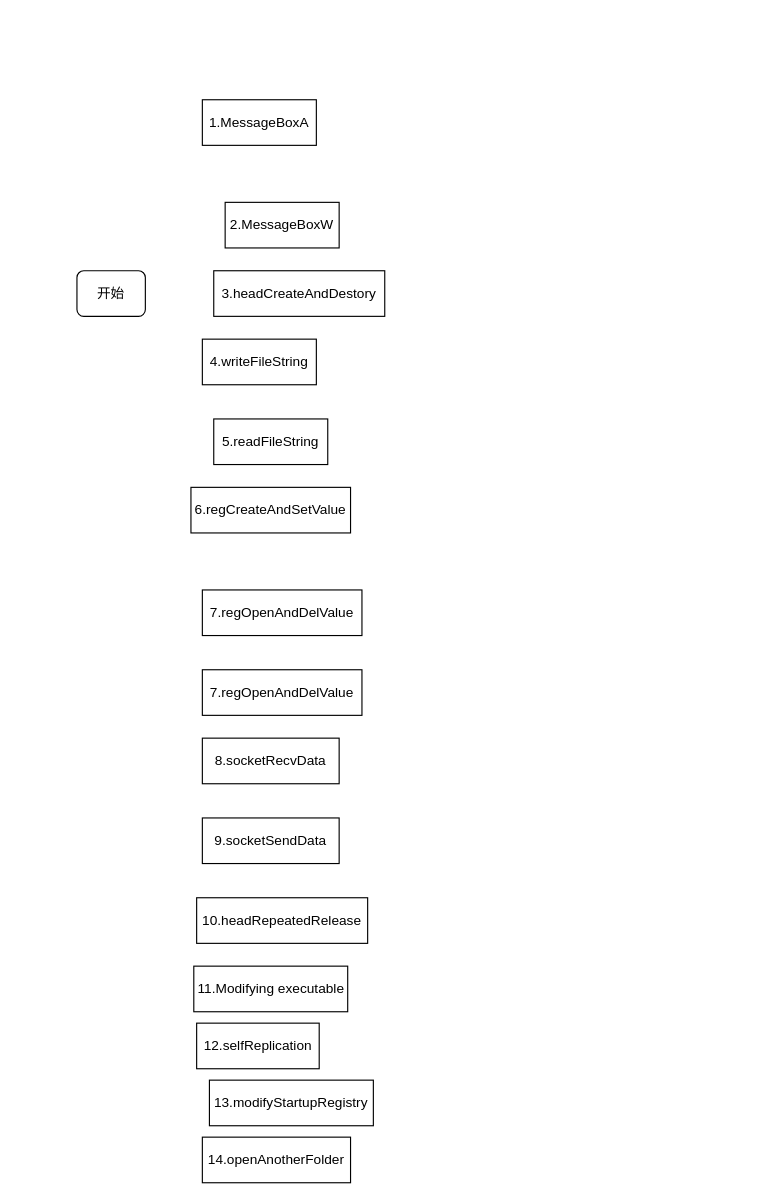
Earlier version of the draw.io diagram page "Page-6" (6 of 6) of 软件安全课设/软件安全课程设计.drawio (AgentGuo/flow_chart). Source tidied: cells renumbered, new cells numbered last; positions are measured from the earlier drawing's top-left corner, leaving out a move shared by most shapes. Both pictures are drawn from the tidied source at 114%, with x=0, y=0 at pixel (76, 99).
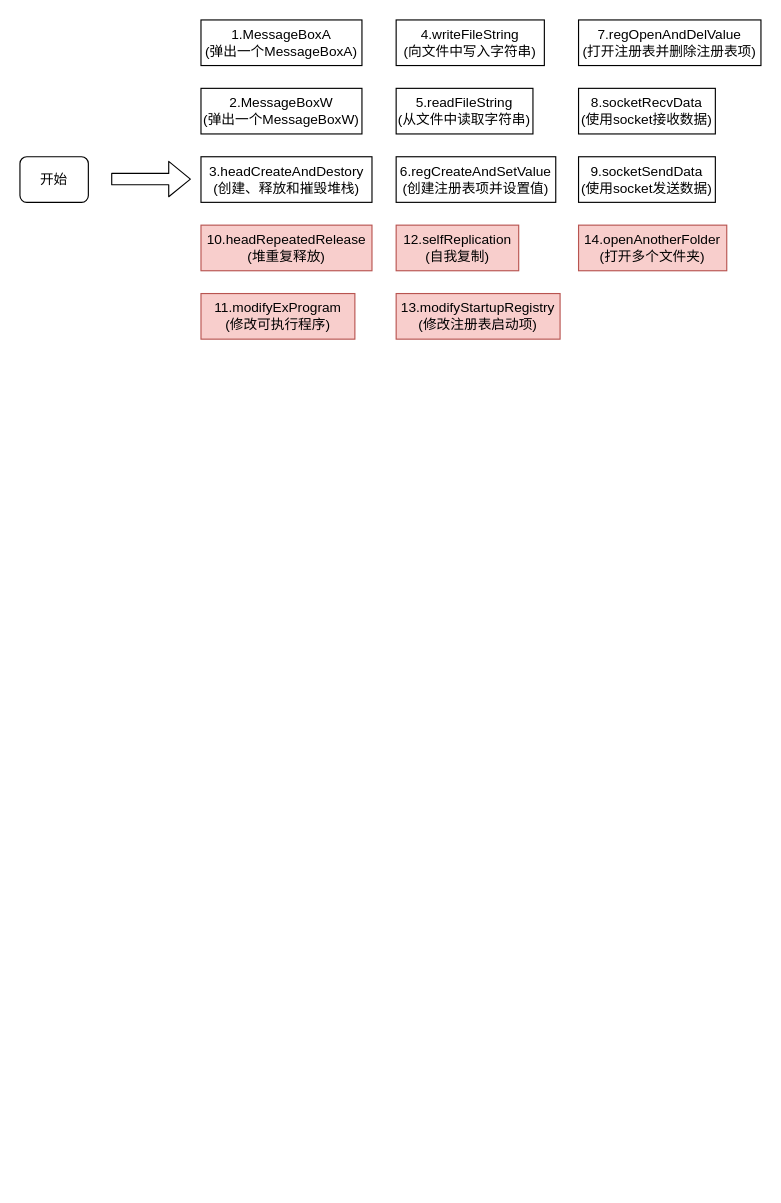
After the change.

Commit message:
Update 软件安全课程设计.drawio

What changed in the source:
```diff
@@
 <mxGraphModel>
   <root>
     <mxCell id="0" />
     <mxCell id="1" parent="0" />
     <mxCell id="2" value="开始" style="rounded=1;whiteSpace=wrap;html=1;" parent="1" vertex="1">
-      <mxGeometry y="150" width="60" height="40" as="geometry" />
+      <mxGeometry x="-50" y="50" width="60" height="40" as="geometry" />
     </mxCell>
-    <mxCell id="3" value="1.MessageBoxA" style="rounded=0;whiteSpace=wrap;html=1;" parent="1" vertex="1">
-      <mxGeometry x="110" width="100" height="40" as="geometry" />
+    <mxCell id="3" value="1.MessageBoxA&lt;br&gt;(弹出一个MessageBoxA)" style="rounded=0;whiteSpace=wrap;html=1;" parent="1" vertex="1">
+      <mxGeometry x="108.8" y="-70" width="141.2" height="40" as="geometry" />
     </mxCell>
-    <mxCell id="4" value="2.MessageBoxW" style="rounded=0;whiteSpace=wrap;html=1;" parent="1" vertex="1">
-      <mxGeometry x="130" y="90" width="100" height="40" as="geometry" />
+    <mxCell id="4" value="2.MessageBoxW&lt;br&gt;(弹出一个MessageBoxW)" style="rounded=0;whiteSpace=wrap;html=1;" parent="1" vertex="1">
+      <mxGeometry x="108.8" y="-10" width="141.2" height="40" as="geometry" />
     </mxCell>
-    <mxCell id="5" value="3.headCreateAndDestory" style="rounded=0;whiteSpace=wrap;html=1;" parent="1" vertex="1">
-      <mxGeometry x="120" y="150" width="150" height="40" as="geometry" />
+    <mxCell id="5" value="3.headCreateAndDestory&lt;br&gt;(创建、释放和摧毁堆栈)" style="rounded=0;whiteSpace=wrap;html=1;" parent="1" vertex="1">
+      <mxGeometry x="108.8" y="50" width="150" height="40" as="geometry" />
     </mxCell>
-    <mxCell id="6" value="4.writeFileString" style="rounded=0;whiteSpace=wrap;html=1;" parent="1" vertex="1">
-      <mxGeometry x="110" y="210" width="100" height="40" as="geometry" />
+    <mxCell id="6" value="4.writeFileString&lt;br&gt;(向文件中写入字符串)" style="rounded=0;whiteSpace=wrap;html=1;" parent="1" vertex="1">
+      <mxGeometry x="280" y="-70" width="130" height="40" as="geometry" />
     </mxCell>
-    <mxCell id="7" value="5.readFileString" style="rounded=0;whiteSpace=wrap;html=1;" parent="1" vertex="1">
-      <mxGeometry x="120" y="280" width="100" height="40" as="geometry" />
+    <mxCell id="7" value="5.readFileString&lt;br&gt;(从文件中读取字符串)" style="rounded=0;whiteSpace=wrap;html=1;" parent="1" vertex="1">
+      <mxGeometry x="280" y="-10" width="120" height="40" as="geometry" />
     </mxCell>
-    <mxCell id="8" value="6.regCreateAndSetValue" style="rounded=0;whiteSpace=wrap;html=1;" parent="1" vertex="1">
-      <mxGeometry x="100" y="340" width="140" height="40" as="geometry" />
+    <mxCell id="8" value="6.regCreateAndSetValue&lt;br&gt;(创建注册表项并设置值)" style="rounded=0;whiteSpace=wrap;html=1;" parent="1" vertex="1">
+      <mxGeometry x="280" y="50" width="140" height="40" as="geometry" />
     </mxCell>
-    <mxCell id="9" value="7.regOpenAndDelValue" style="rounded=0;whiteSpace=wrap;html=1;" parent="1" vertex="1">
-      <mxGeometry x="110" y="430" width="140" height="40" as="geometry" />
+    <mxCell id="9" value="7.regOpenAndDelValue&lt;br&gt;(打开注册表并删除注册表项)" style="rounded=0;whiteSpace=wrap;html=1;" parent="1" vertex="1">
+      <mxGeometry x="440" y="-70" width="160" height="40" as="geometry" />
     </mxCell>
-    <mxCell id="10" value="7.regOpenAndDelValue" style="rounded=0;whiteSpace=wrap;html=1;" parent="1" vertex="1">
-      <mxGeometry x="110" y="500" width="140" height="40" as="geometry" />
-    </mxCell>
-    <mxCell id="11" value="8.socketRecvData" style="rounded=0;whiteSpace=wrap;html=1;" parent="1" vertex="1">
-      <mxGeometry x="110" y="560" width="120" height="40" as="geometry" />
+    <mxCell id="11" value="8.socketRecvData&lt;br&gt;(使用socket接收数据)" style="rounded=0;whiteSpace=wrap;html=1;" parent="1" vertex="1">
+      <mxGeometry x="440" y="-10" width="120" height="40" as="geometry" />
     </mxCell>
-    <mxCell id="12" value="9.socketSendData" style="rounded=0;whiteSpace=wrap;html=1;" parent="1" vertex="1">
-      <mxGeometry x="110" y="630" width="120" height="40" as="geometry" />
+    <mxCell id="12" value="9.socketSendData&lt;br&gt;(使用socket发送数据)" style="rounded=0;whiteSpace=wrap;html=1;" parent="1" vertex="1">
+      <mxGeometry x="440" y="50" width="120" height="40" as="geometry" />
     </mxCell>
-    <mxCell id="13" value="10.headRepeatedRelease" style="rounded=0;whiteSpace=wrap;html=1;" parent="1" vertex="1">
-      <mxGeometry x="105" y="700" width="150" height="40" as="geometry" />
+    <mxCell id="13" value="10.headRepeatedRelease&lt;br&gt;(堆重复释放)" style="rounded=0;whiteSpace=wrap;html=1;fillColor=#f8cecc;strokeColor=#b85450;" parent="1" vertex="1">
+      <mxGeometry x="108.8" y="110" width="150" height="40" as="geometry" />
     </mxCell>
-    <mxCell id="14" value="11.Modifying executable" style="rounded=0;whiteSpace=wrap;html=1;" parent="1" vertex="1">
-      <mxGeometry x="102.5" y="760" width="135" height="40" as="geometry" />
+    <mxCell id="14" value="11.modifyExProgram&lt;br&gt;(修改可执行程序)" style="rounded=0;whiteSpace=wrap;html=1;fillColor=#f8cecc;strokeColor=#b85450;" parent="1" vertex="1">
+      <mxGeometry x="108.8" y="170" width="135" height="40" as="geometry" />
     </mxCell>
-    <mxCell id="15" value="12.selfReplication" style="rounded=0;whiteSpace=wrap;html=1;" parent="1" vertex="1">
-      <mxGeometry x="105" y="810" width="107.5" height="40" as="geometry" />
+    <mxCell id="15" value="12.selfReplication&lt;br&gt;(自我复制)" style="rounded=0;whiteSpace=wrap;html=1;fillColor=#f8cecc;strokeColor=#b85450;" parent="1" vertex="1">
+      <mxGeometry x="280" y="110" width="107.5" height="40" as="geometry" />
     </mxCell>
-    <mxCell id="16" value="13.modifyStartupRegistry" style="rounded=0;whiteSpace=wrap;html=1;" parent="1" vertex="1">
-      <mxGeometry x="116.2" y="860" width="143.8" height="40" as="geometry" />
+    <mxCell id="16" value="13.modifyStartupRegistry&lt;br&gt;(修改注册表启动项)" style="rounded=0;whiteSpace=wrap;html=1;fillColor=#f8cecc;strokeColor=#b85450;" parent="1" vertex="1">
+      <mxGeometry x="280" y="170" width="143.8" height="40" as="geometry" />
     </mxCell>
-    <mxCell id="17" value="14.openAnotherFolder" style="rounded=0;whiteSpace=wrap;html=1;" parent="1" vertex="1">
-      <mxGeometry x="110" y="910" width="130" height="40" as="geometry" />
+    <mxCell id="17" value="14.openAnotherFolder&lt;br&gt;(打开多个文件夹)" style="rounded=0;whiteSpace=wrap;html=1;fillColor=#f8cecc;strokeColor=#b85450;" parent="1" vertex="1">
+      <mxGeometry x="440" y="110" width="130" height="40" as="geometry" />
     </mxCell>
+    <mxCell id="18" style="shape=flexArrow;endArrow=classic;html=1;" parent="1" edge="1">
+      <mxGeometry relative="1" as="geometry">
+        <mxPoint x="30" y="69.6" as="sourcePoint" />
+        <mxPoint x="100" y="69.6" as="targetPoint" />
+      </mxGeometry>
+    </mxCell>
   </root>
 </mxGraphModel>
```
